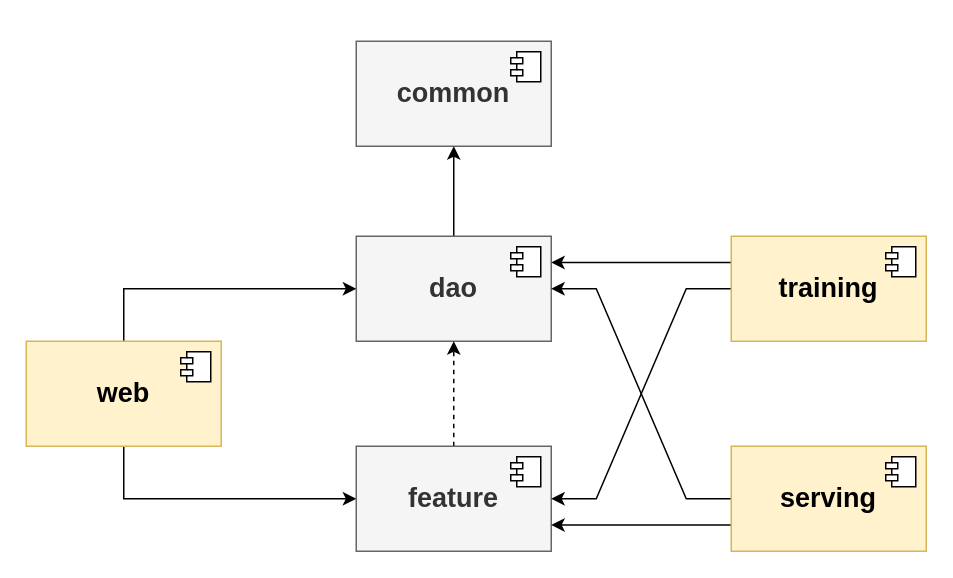
Before: Untitled Diagram.drawio in glorious3071/system-design, a draw.io diagram. Source tidied: cells renumbered, new cells numbered last; positions are measured from the earlier drawing's top-left corner, leaving out a move shared by most shapes. Both pictures are drawn from the tidied source at 150%, with x=0, y=0 at pixel (26, 40).
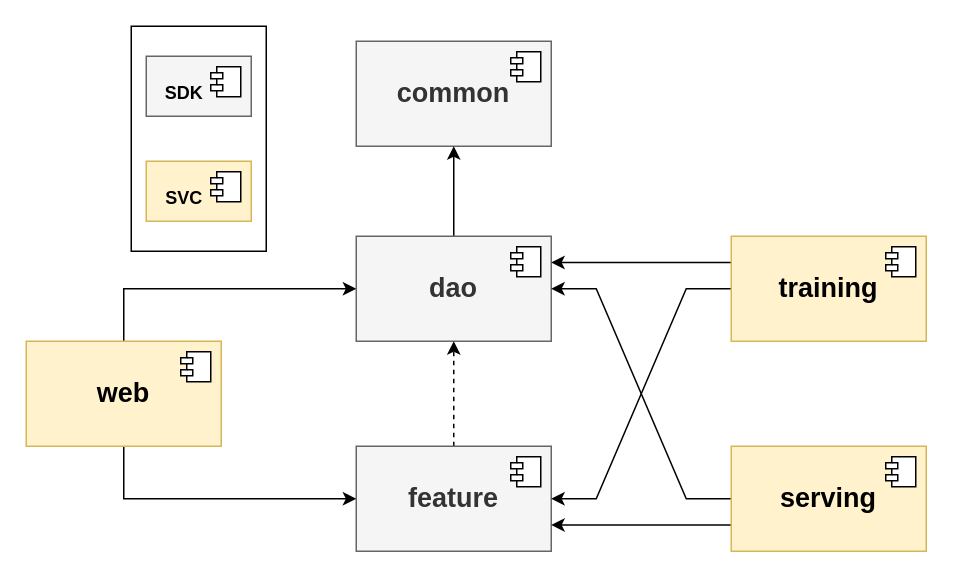
Above is the later version.

Diff of the diagram source:
```diff
@@
+    <mxCell id="22" style="rounded=0;whiteSpace=wrap;html=1;" parent="1" vertex="1">
+      <mxGeometry x="70" y="-10" width="90" height="150" as="geometry" />
+    </mxCell>
@@
+    <mxCell id="23" style="html=1;whiteSpace=wrap;fillColor=#f5f5f5;fontColor=#333333;strokeColor=#666666;" parent="1" vertex="1">
+      <mxGeometry x="80" y="10" width="70" height="40" as="geometry" />
+    </mxCell>
+    <mxCell id="24" style="shape=module;jettyWidth=8;jettyHeight=4;" parent="23" vertex="1">
+      <mxGeometry x="1" width="20" height="20" relative="1" as="geometry">
+        <mxPoint x="-27" y="7" as="offset" />
+      </mxGeometry>
+    </mxCell>
+    <mxCell id="25" style="html=1;whiteSpace=wrap;fillColor=#fff2cc;strokeColor=#d6b656;" parent="1" vertex="1">
+      <mxGeometry x="80" y="80" width="70" height="40" as="geometry" />
+    </mxCell>
+    <mxCell id="26" style="shape=module;jettyWidth=8;jettyHeight=4;" parent="25" vertex="1">
+      <mxGeometry x="1" width="20" height="20" relative="1" as="geometry">
+        <mxPoint x="-27" y="7" as="offset" />
+      </mxGeometry>
+    </mxCell>
+    <mxCell id="27" value="&lt;b&gt;SDK&lt;/b&gt;" style="text;html=1;align=center;verticalAlign=middle;strokeColor=none;fillColor=none;" parent="1" vertex="1">
+      <mxGeometry x="80" y="20" width="50" height="30" as="geometry" />
+    </mxCell>
+    <mxCell id="28" value="&lt;b&gt;SVC&lt;/b&gt;" style="text;html=1;align=center;verticalAlign=middle;strokeColor=none;fillColor=none;" parent="1" vertex="1">
+      <mxGeometry x="80" y="90" width="50" height="30" as="geometry" />
+    </mxCell>
```
